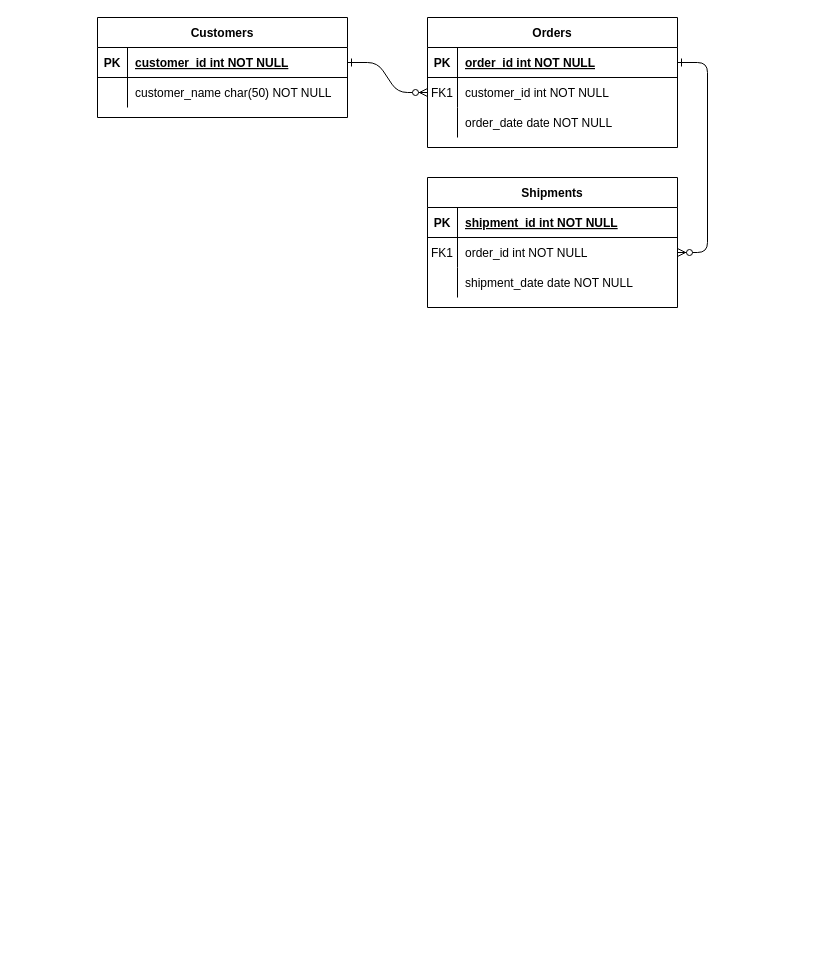
Above: Untitled Diagram.drawio in Toros1011/GitTutorial (draw.io), before the change. Source tidied: cells renumbered, new cells numbered last; positions are measured from the earlier drawing's top-left corner, leaving out a move shared by most shapes. Both pictures are drawn from the tidied source at 100%, with x=0, y=0 at pixel (97, 17).
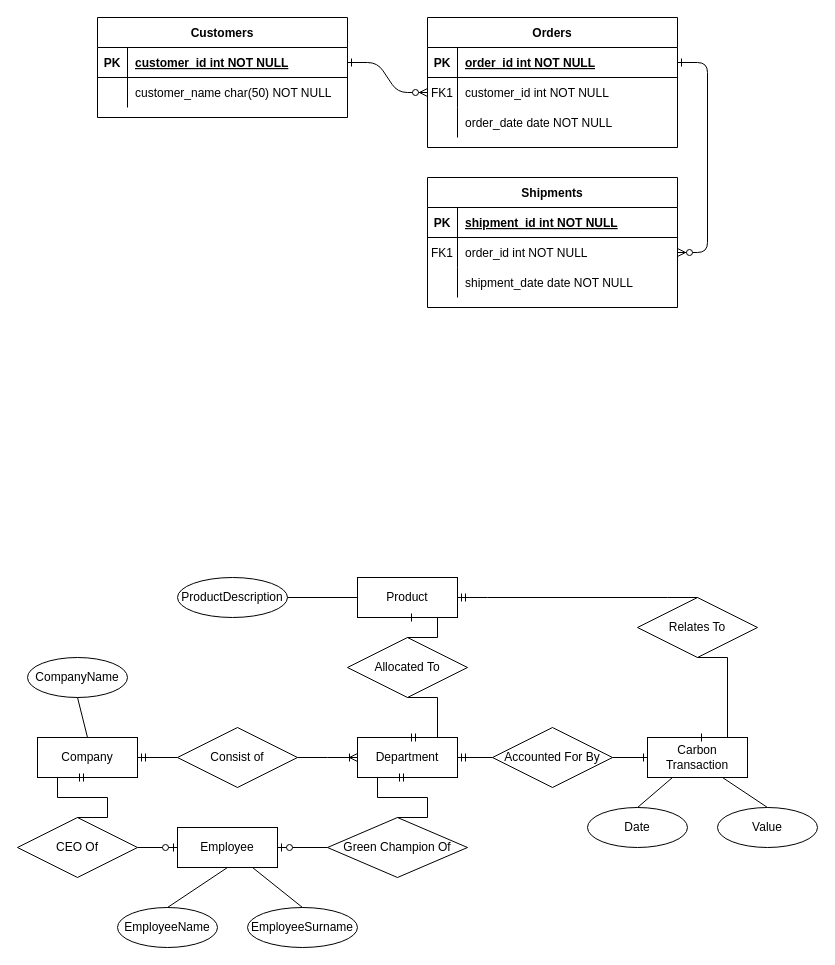
Above is the later version.

Diff of the diagram source:
```diff
@@
+    <mxCell id="31" value="Company" style="whiteSpace=wrap;html=1;align=center;" parent="1" vertex="1">
+      <mxGeometry x="-60" y="720" width="100" height="40" as="geometry" />
+    </mxCell>
+    <mxCell id="32" value="CompanyName" style="ellipse;whiteSpace=wrap;html=1;align=center;" parent="1" vertex="1">
+      <mxGeometry x="-70" y="640" width="100" height="40" as="geometry" />
+    </mxCell>
+    <mxCell id="33" value="Consist of" style="shape=rhombus;perimeter=rhombusPerimeter;whiteSpace=wrap;html=1;align=center;" parent="1" vertex="1">
+      <mxGeometry x="80" y="710" width="120" height="60" as="geometry" />
+    </mxCell>
+    <mxCell id="34" value="Department" style="whiteSpace=wrap;html=1;align=center;" parent="1" vertex="1">
+      <mxGeometry x="260" y="720" width="100" height="40" as="geometry" />
+    </mxCell>
+    <mxCell id="35" style="edgeStyle=entityRelationEdgeStyle;fontSize=12;html=1;endArrow=ERoneToMany;rounded=0;entryX=0;entryY=0.5;entryDx=0;entryDy=0;exitX=1;exitY=0.5;exitDx=0;exitDy=0;" parent="1" edge="1" source="33" target="34">
+      <mxGeometry relative="1" as="geometry" />
+    </mxCell>
+    <mxCell id="36" style="edgeStyle=entityRelationEdgeStyle;fontSize=12;html=1;endArrow=ERmandOne;rounded=0;entryX=1;entryY=0.5;entryDx=0;entryDy=0;exitX=0;exitY=0.5;exitDx=0;exitDy=0;" parent="1" edge="1" source="33" target="31">
+      <mxGeometry relative="1" as="geometry" />
+    </mxCell>
+    <mxCell id="37" value="Employee" style="whiteSpace=wrap;html=1;align=center;" parent="1" vertex="1">
+      <mxGeometry x="80" y="810" width="100" height="40" as="geometry" />
+    </mxCell>
+    <mxCell id="38" value="CEO Of" style="shape=rhombus;perimeter=rhombusPerimeter;whiteSpace=wrap;html=1;align=center;" parent="1" vertex="1">
+      <mxGeometry x="-80" y="800" width="120" height="60" as="geometry" />
+    </mxCell>
+    <mxCell id="39" style="edgeStyle=entityRelationEdgeStyle;fontSize=12;html=1;endArrow=ERzeroToOne;endFill=1;rounded=0;entryX=0;entryY=0.5;entryDx=0;entryDy=0;exitX=1;exitY=0.5;exitDx=0;exitDy=0;" parent="1" edge="1" source="38" target="37">
+      <mxGeometry relative="1" as="geometry" />
+    </mxCell>
+    <mxCell id="40" value="Green Champion Of" style="shape=rhombus;perimeter=rhombusPerimeter;whiteSpace=wrap;html=1;align=center;" parent="1" vertex="1">
+      <mxGeometry x="230" y="800" width="140" height="60" as="geometry" />
+    </mxCell>
+    <mxCell id="41" style="edgeStyle=entityRelationEdgeStyle;fontSize=12;html=1;endArrow=ERmandOne;rounded=0;entryX=0.5;entryY=1;entryDx=0;entryDy=0;exitX=0.5;exitY=0;exitDx=0;exitDy=0;" parent="1" edge="1" source="40" target="34">
+      <mxGeometry relative="1" as="geometry" />
+    </mxCell>
+    <mxCell id="42" style="edgeStyle=entityRelationEdgeStyle;fontSize=12;html=1;endArrow=ERmandOne;rounded=0;entryX=0.5;entryY=1;entryDx=0;entryDy=0;exitX=0.5;exitY=0;exitDx=0;exitDy=0;" parent="1" edge="1" source="38" target="31">
+      <mxGeometry relative="1" as="geometry" />
+    </mxCell>
+    <mxCell id="43" style="edgeStyle=entityRelationEdgeStyle;fontSize=12;html=1;endArrow=ERzeroToOne;endFill=1;rounded=0;entryX=1;entryY=0.5;entryDx=0;entryDy=0;exitX=0;exitY=0.5;exitDx=0;exitDy=0;" parent="1" edge="1" source="40" target="37">
+      <mxGeometry relative="1" as="geometry" />
+    </mxCell>
+    <mxCell id="44" value="EmployeeSurname" style="ellipse;whiteSpace=wrap;html=1;align=center;" parent="1" vertex="1">
+      <mxGeometry x="150" y="890" width="110" height="40" as="geometry" />
+    </mxCell>
+    <mxCell id="45" value="EmployeeName" style="ellipse;whiteSpace=wrap;html=1;align=center;" parent="1" vertex="1">
+      <mxGeometry x="20" y="890" width="100" height="40" as="geometry" />
+    </mxCell>
+    <mxCell id="46" value="Product" style="whiteSpace=wrap;html=1;align=center;" parent="1" vertex="1">
+      <mxGeometry x="260" y="560" width="100" height="40" as="geometry" />
+    </mxCell>
+    <mxCell id="47" value="Allocated To" style="shape=rhombus;perimeter=rhombusPerimeter;whiteSpace=wrap;html=1;align=center;" parent="1" vertex="1">
+      <mxGeometry x="250" y="620" width="120" height="60" as="geometry" />
+    </mxCell>
+    <mxCell id="48" style="edgeStyle=entityRelationEdgeStyle;fontSize=12;html=1;endArrow=ERmandOne;rounded=0;entryX=0.5;entryY=0;entryDx=0;entryDy=0;exitX=0.5;exitY=1;exitDx=0;exitDy=0;" parent="1" edge="1" source="47" target="34">
+      <mxGeometry relative="1" as="geometry" />
+    </mxCell>
+    <mxCell id="49" value="ProductDescription" style="ellipse;whiteSpace=wrap;html=1;align=center;" parent="1" vertex="1">
+      <mxGeometry x="80" y="560" width="110" height="40" as="geometry" />
+    </mxCell>
+    <mxCell id="50" value="Carbon Transaction" style="whiteSpace=wrap;html=1;align=center;" parent="1" vertex="1">
+      <mxGeometry x="550" y="720" width="100" height="40" as="geometry" />
+    </mxCell>
+    <mxCell id="51" style="edgeStyle=entityRelationEdgeStyle;fontSize=12;html=1;endArrow=ERmandOne;rounded=0;entryX=1;entryY=0.5;entryDx=0;entryDy=0;exitX=0;exitY=0.5;exitDx=0;exitDy=0;" parent="1" edge="1" source="52" target="34">
+      <mxGeometry relative="1" as="geometry" />
+    </mxCell>
+    <mxCell id="52" value="Accounted For By" style="shape=rhombus;perimeter=rhombusPerimeter;whiteSpace=wrap;html=1;align=center;" parent="1" vertex="1">
+      <mxGeometry x="395" y="710" width="120" height="60" as="geometry" />
+    </mxCell>
+    <mxCell id="53" value="Relates To" style="shape=rhombus;perimeter=rhombusPerimeter;whiteSpace=wrap;html=1;align=center;" parent="1" vertex="1">
+      <mxGeometry x="540" y="580" width="120" height="60" as="geometry" />
+    </mxCell>
+    <mxCell id="54" value="Date" style="ellipse;whiteSpace=wrap;html=1;align=center;" parent="1" vertex="1">
+      <mxGeometry x="490" y="790" width="100" height="40" as="geometry" />
+    </mxCell>
+    <mxCell id="55" value="Value" style="ellipse;whiteSpace=wrap;html=1;align=center;" parent="1" vertex="1">
+      <mxGeometry x="620" y="790" width="100" height="40" as="geometry" />
+    </mxCell>
+    <mxCell id="56" style="endArrow=none;html=1;rounded=0;entryX=1;entryY=0.5;entryDx=0;entryDy=0;exitX=0;exitY=0.5;exitDx=0;exitDy=0;" parent="1" edge="1" source="46" target="49">
+      <mxGeometry relative="1" as="geometry" />
+    </mxCell>
+    <mxCell id="57" style="endArrow=none;html=1;rounded=0;entryX=0.5;entryY=1;entryDx=0;entryDy=0;exitX=0.5;exitY=0;exitDx=0;exitDy=0;" parent="1" edge="1" source="31" target="32">
+      <mxGeometry relative="1" as="geometry" />
+    </mxCell>
+    <mxCell id="58" style="endArrow=none;html=1;rounded=0;entryX=0.75;entryY=1;entryDx=0;entryDy=0;exitX=0.5;exitY=0;exitDx=0;exitDy=0;" parent="1" edge="1" source="55" target="50">
+      <mxGeometry relative="1" as="geometry" />
+    </mxCell>
+    <mxCell id="59" style="endArrow=none;html=1;rounded=0;entryX=0.25;entryY=1;entryDx=0;entryDy=0;exitX=0.5;exitY=0;exitDx=0;exitDy=0;" parent="1" edge="1" source="54" target="50">
+      <mxGeometry relative="1" as="geometry" />
+    </mxCell>
+    <mxCell id="60" style="endArrow=none;html=1;rounded=0;exitX=0.5;exitY=0;exitDx=0;exitDy=0;entryX=0.5;entryY=1;entryDx=0;entryDy=0;" parent="1" edge="1" source="45" target="37">
+      <mxGeometry relative="1" as="geometry" />
+    </mxCell>
+    <mxCell id="61" style="endArrow=none;html=1;rounded=0;exitX=0.5;exitY=0;exitDx=0;exitDy=0;entryX=0.75;entryY=1;entryDx=0;entryDy=0;" parent="1" edge="1" source="44" target="37">
+      <mxGeometry relative="1" as="geometry" />
+    </mxCell>
+    <mxCell id="62" style="edgeStyle=entityRelationEdgeStyle;fontSize=12;html=1;endArrow=ERone;endFill=1;rounded=0;entryX=0.5;entryY=1;entryDx=0;entryDy=0;exitX=0.5;exitY=0;exitDx=0;exitDy=0;" parent="1" edge="1" source="47" target="46">
+      <mxGeometry relative="1" as="geometry" />
+    </mxCell>
+    <mxCell id="63" style="edgeStyle=entityRelationEdgeStyle;fontSize=12;html=1;endArrow=ERmandOne;rounded=0;entryX=1;entryY=0.5;entryDx=0;entryDy=0;exitX=0.5;exitY=0;exitDx=0;exitDy=0;" parent="1" edge="1" source="53" target="46">
+      <mxGeometry relative="1" as="geometry" />
+    </mxCell>
+    <mxCell id="64" style="edgeStyle=entityRelationEdgeStyle;fontSize=12;html=1;endArrow=ERone;endFill=1;rounded=0;entryX=0.5;entryY=0;entryDx=0;entryDy=0;exitX=0.5;exitY=1;exitDx=0;exitDy=0;" parent="1" edge="1" source="53" target="50">
+      <mxGeometry relative="1" as="geometry" />
+    </mxCell>
+    <mxCell id="65" style="edgeStyle=entityRelationEdgeStyle;fontSize=12;html=1;endArrow=ERone;endFill=1;rounded=0;entryX=0;entryY=0.5;entryDx=0;entryDy=0;exitX=1;exitY=0.5;exitDx=0;exitDy=0;" parent="1" edge="1" source="52" target="50">
+      <mxGeometry relative="1" as="geometry" />
+    </mxCell>
```
